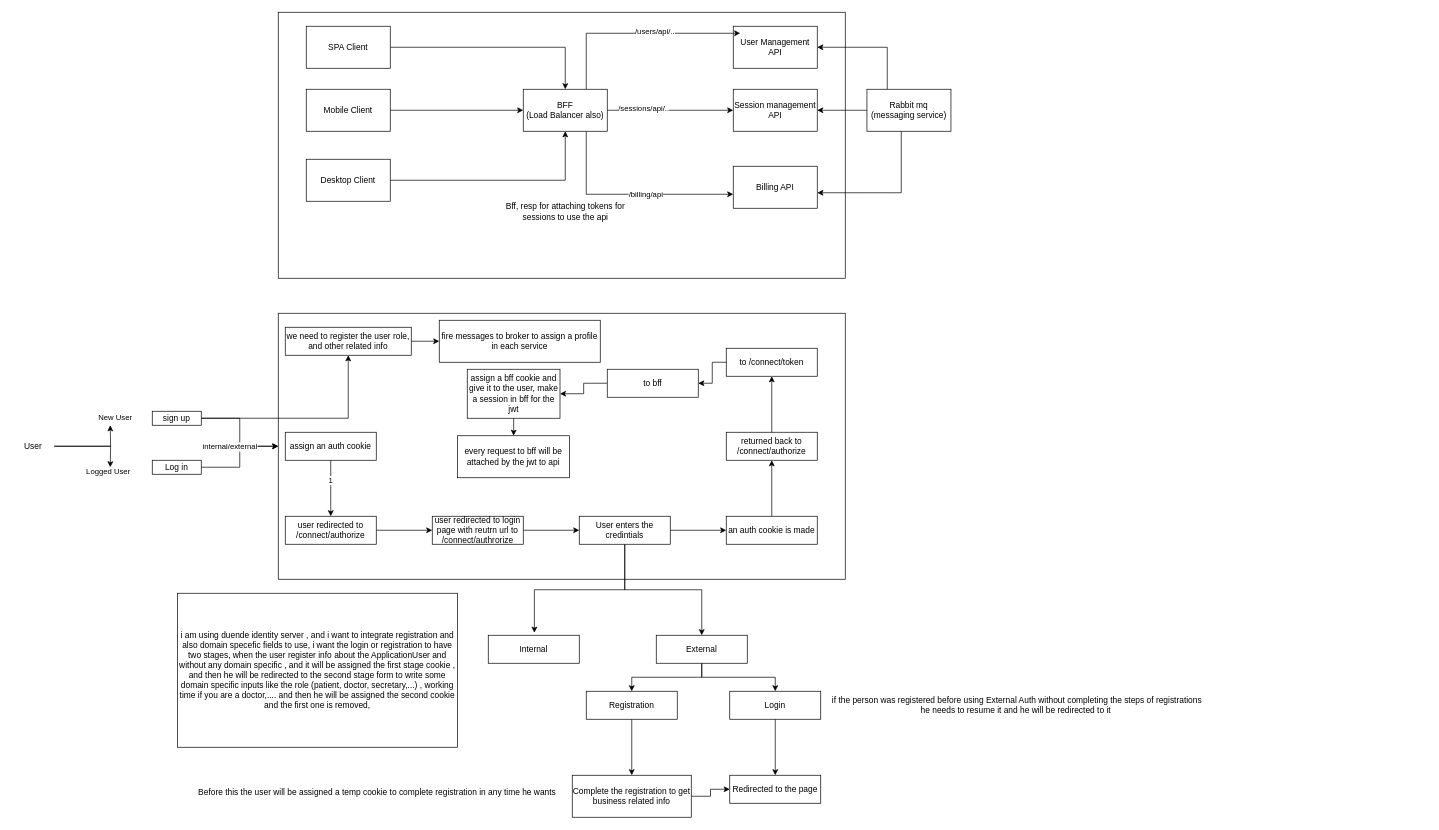
The draw.io diagram diagrams/ProjectStructure.drawio in Azero77/PrivateClinicalSystem, before the edit. Source tidied: cells renumbered, new cells numbered last; positions are measured from the earlier drawing's top-left corner, leaving out a move shared by most shapes. Both pictures are drawn from the tidied source at 70%, with x=0, y=0 at pixel (12, 12).
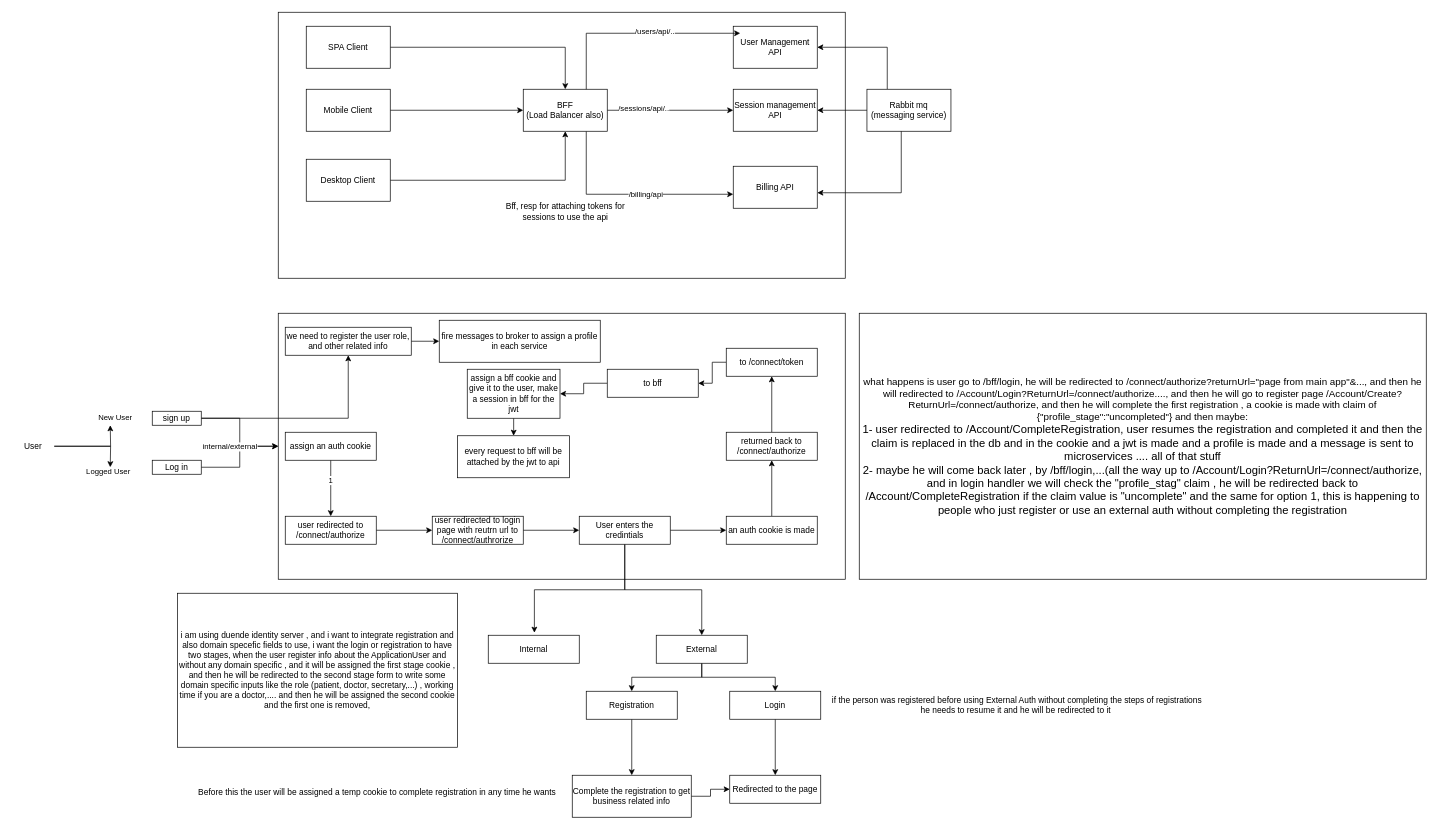
The same diagram, later.

Diff of the diagram source:
```diff
@@
+    <mxCell id="75" value="&lt;div&gt;&lt;font style=&quot;font-size: 14px;&quot;&gt;what happens is user go to /bff/login, he will be redirected to /connect/authorize?returnUrl=&quot;page from main app&quot;&amp;amp;..., and then he will redirected to /Account/Login?ReturnUrl=/connect/authorize...., and then he will go to register page /Account/Create?ReturnUrl=/connect/authorize, and then he will complete the first registration , a cookie is made with claim of {&quot;profile_stage&quot;:&quot;uncompleted&quot;} and then maybe:&lt;/font&gt;&lt;/div&gt;&lt;div&gt;&lt;font size=&quot;3&quot;&gt;1- user redirected to /Account/CompleteRegistration, user resumes the registration and completed it and then the claim is replaced in the db and in the cookie and a jwt is made and a profile is made and a message is sent to microservices .... all of that stuff&lt;/font&gt;&lt;/div&gt;&lt;div&gt;&lt;font size=&quot;3&quot;&gt;2- maybe he will come back later , by /bff/login,...(all the way up to /Account/Login?ReturnUrl=/connect/authorize, and in login handler we will check the &quot;profile_stag&quot; claim , he will be redirected back to /Account/CompleteRegistration if the claim value is &quot;uncomplete&quot; and the same for option 1, this is happening to people who just register or use an external auth without completing the registration&lt;/font&gt;&lt;/div&gt;" style="rounded=0;whiteSpace=wrap;html=1;" parent="1" vertex="1">
+      <mxGeometry x="1210" y="430" width="810" height="380" as="geometry" />
+    </mxCell>
```
